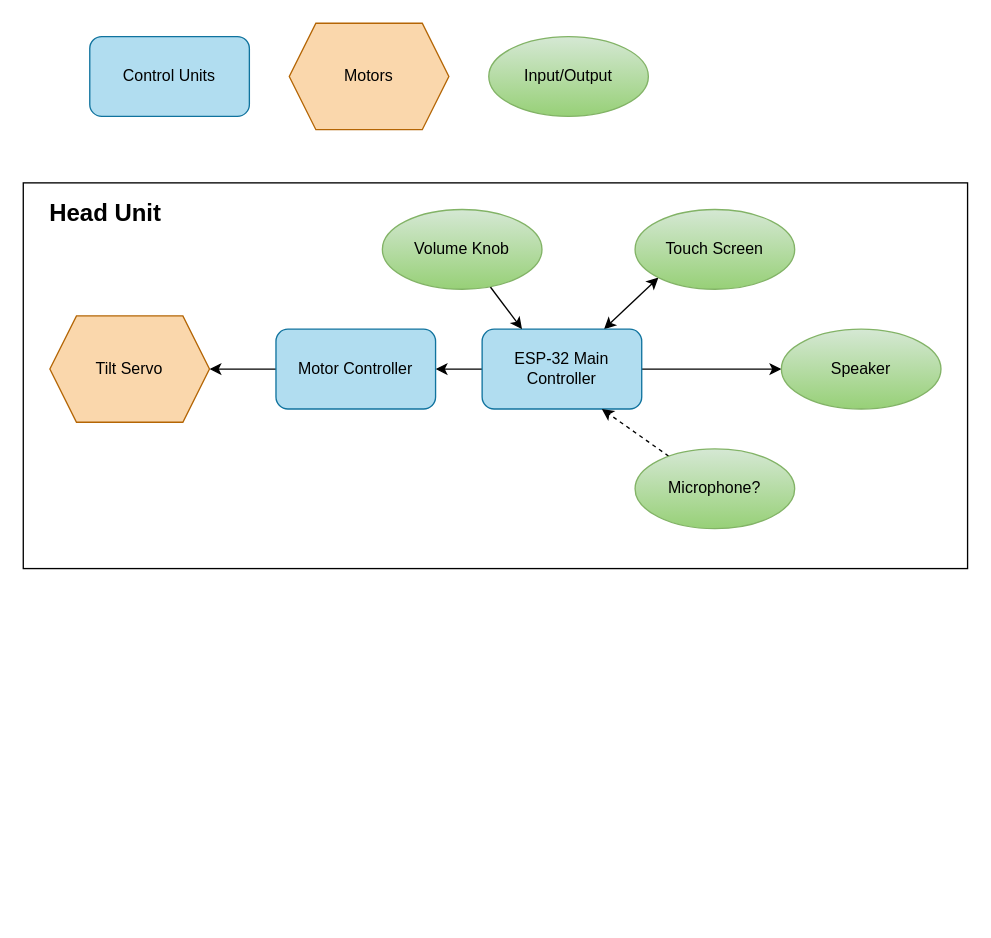
This is Block Diagram.drawio from ThisIsAPigeon/DeskBot, a draw.io file, before an edit. Source tidied: cells renumbered, new cells numbered last; positions are measured from the earlier drawing's top-left corner, leaving out a move shared by most shapes. Both pictures are drawn from the tidied source at 133%, with x=0, y=0 at pixel (23, 23).
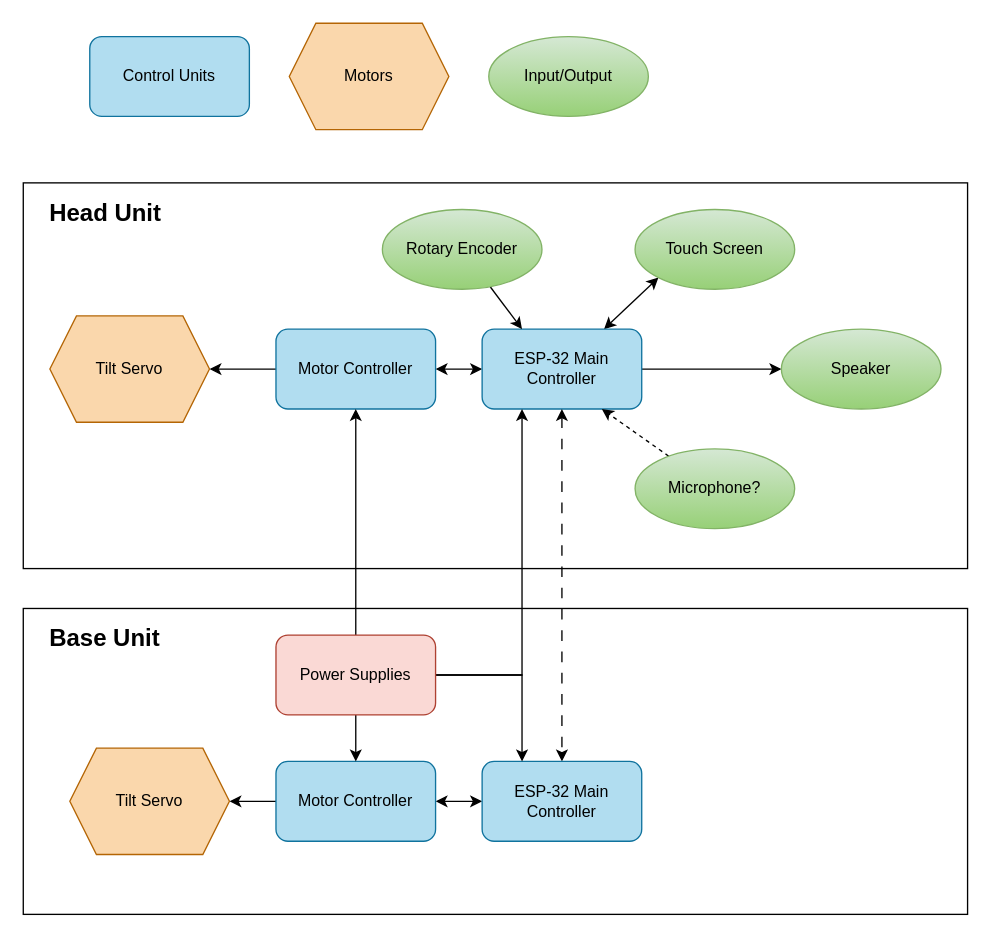
The same page after the edit.

Unchanged cells that the change refers to:
```xml
<mxCell id="6" value="ESP-32 Main Controller" style="rounded=1;whiteSpace=wrap;html=1;roundedPerimeter=1;fillColor=#b1ddf0;strokeColor=#10739e;" parent="1" vertex="1">
  <mxGeometry x="345" y="230" width="120" height="60" as="geometry" />
</mxCell>
<mxCell id="8" value="Motor Controller" style="rounded=1;whiteSpace=wrap;html=1;roundedPerimeter=1;fillColor=#b1ddf0;strokeColor=#10739e;" parent="1" vertex="1">
  <mxGeometry x="190" y="230" width="120" height="60" as="geometry" />
</mxCell>
```

Change to the diagram source:
```diff
@@
+    <mxCell id="19" value="&lt;h2&gt;Base Unit&lt;/h2&gt;" style="rounded=0;whiteSpace=wrap;html=1;align=left;labelPosition=center;verticalLabelPosition=top;verticalAlign=bottom;labelPerimeter=1;spacing=0;spacingBottom=-50;spacingLeft=20;" parent="1" vertex="1">
+      <mxGeometry y="440" width="710" height="230" as="geometry" />
+    </mxCell>
@@
-    <mxCell id="3" style="edgeStyle=orthogonalEdgeStyle;rounded=0;jettySize=auto;html=1;entryX=1;entryY=0.5;entryDx=0;entryDy=0;defaultLabelBackgroundColor=page;" parent="1" edge="1" source="6" target="8">
-      <mxGeometry relative="1" as="geometry" />
+    <mxCell id="3" style="edgeStyle=orthogonalEdgeStyle;rounded=0;jettySize=auto;html=1;entryX=1;entryY=0.5;entryDx=0;entryDy=0;defaultLabelBackgroundColor=page;startArrow=classic;startFill=1;" parent="1" edge="1" source="6" target="8">
+      <mxGeometry x="0.2" relative="1" as="geometry" />
     </mxCell>
@@
+    <mxCell id="20" style="edgeStyle=orthogonalEdgeStyle;rounded=0;jettySize=auto;html=1;entryX=0.5;entryY=0;entryDx=0;entryDy=0;defaultLabelBackgroundColor=page;dashed=1;dashPattern=8 8;startArrow=classic;startFill=1;" parent="1" edge="1" source="6" target="22">
+      <mxGeometry relative="1" as="geometry" />
+    </mxCell>
@@
-    <mxCell id="14" value="Volume Knob" style="ellipse;whiteSpace=wrap;html=1;shapeInside=1;fillColor=#d5e8d4;strokeColor=#82b366;gradientColor=#97d077;" parent="1" vertex="1">
+    <mxCell id="14" value="Rotary Encoder" style="ellipse;whiteSpace=wrap;html=1;shapeInside=1;fillColor=#d5e8d4;strokeColor=#82b366;gradientColor=#97d077;" parent="1" vertex="1">
       <mxGeometry x="270" y="140" width="120" height="60" as="geometry" />
     </mxCell>
@@
+    <mxCell id="21" style="edgeStyle=orthogonalEdgeStyle;rounded=0;jettySize=auto;html=1;entryX=1;entryY=0.5;entryDx=0;entryDy=0;defaultLabelBackgroundColor=page;startArrow=classic;startFill=1;" parent="1" edge="1" source="22" target="24">
+      <mxGeometry x="0.2" relative="1" as="geometry" />
+    </mxCell>
+    <mxCell id="22" value="ESP-32 Main Controller" style="rounded=1;whiteSpace=wrap;html=1;roundedPerimeter=1;fillColor=#b1ddf0;strokeColor=#10739e;" parent="1" vertex="1">
+      <mxGeometry x="345" y="555" width="120" height="60" as="geometry" />
+    </mxCell>
+    <mxCell id="23" style="edgeStyle=orthogonalEdgeStyle;rounded=0;jettySize=auto;html=1;entryX=1;entryY=0.5;entryDx=0;entryDy=0;defaultLabelBackgroundColor=page;" parent="1" edge="1" source="24" target="25">
+      <mxGeometry relative="1" as="geometry" />
+    </mxCell>
+    <mxCell id="24" value="Motor Controller" style="rounded=1;whiteSpace=wrap;html=1;roundedPerimeter=1;fillColor=#b1ddf0;strokeColor=#10739e;" parent="1" vertex="1">
+      <mxGeometry x="190" y="555" width="120" height="60" as="geometry" />
+    </mxCell>
+    <mxCell id="25" value="Tilt Servo" style="shape=hexagon;perimeter=hexagonPerimeter2;whiteSpace=wrap;html=1;shapeInside=1;fixedSize=1;fillColor=#fad7ac;strokeColor=#b46504;" parent="1" vertex="1">
+      <mxGeometry x="35" y="545" width="120" height="80" as="geometry" />
+    </mxCell>
+    <mxCell id="26" style="edgeStyle=orthogonalEdgeStyle;rounded=0;jettySize=auto;html=1;entryX=0.5;entryY=0;entryDx=0;entryDy=0;defaultLabelBackgroundColor=page;" parent="1" edge="1" source="30" target="24">
+      <mxGeometry relative="1" as="geometry" />
+    </mxCell>
+    <mxCell id="27" style="edgeStyle=orthogonalEdgeStyle;rounded=0;jettySize=auto;html=1;entryX=0.5;entryY=1;entryDx=0;entryDy=0;defaultLabelBackgroundColor=page;" parent="1" edge="1" source="30" target="8">
+      <mxGeometry relative="1" as="geometry" />
+    </mxCell>
+    <mxCell id="28" style="edgeStyle=orthogonalEdgeStyle;rounded=0;jettySize=auto;html=1;entryX=0.25;entryY=0;entryDx=0;entryDy=0;defaultLabelBackgroundColor=page;" parent="1" edge="1" source="30" target="22">
+      <mxGeometry relative="1" as="geometry" />
+    </mxCell>
+    <mxCell id="29" style="edgeStyle=orthogonalEdgeStyle;rounded=0;jettySize=auto;html=1;entryX=0.25;entryY=1;entryDx=0;entryDy=0;defaultLabelBackgroundColor=page;" parent="1" edge="1" source="30" target="6">
+      <mxGeometry relative="1" as="geometry" />
+    </mxCell>
+    <mxCell id="30" value="&lt;div&gt;Power Supplies&lt;/div&gt;" style="rounded=1;whiteSpace=wrap;html=1;roundedPerimeter=1;fillColor=#fad9d5;strokeColor=#ae4132;" parent="1" vertex="1">
+      <mxGeometry x="190" y="460" width="120" height="60" as="geometry" />
+    </mxCell>
```
